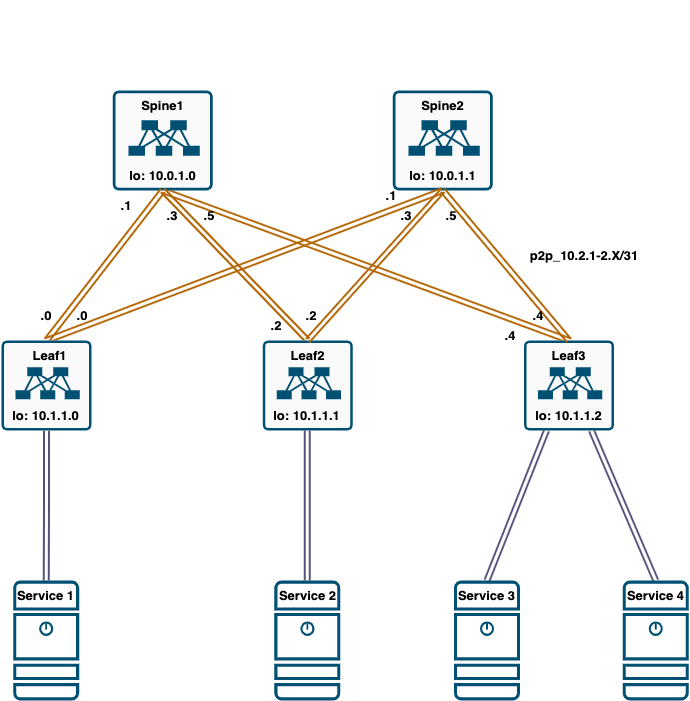
The draw.io diagram lab1/topology_1.drawio.png in asadov1/OTUS_DC, before a commit. Source tidied: cells renumbered, new cells last; positions are measured from the earlier drawing's top-left corner, leaving out a move shared by most shapes.
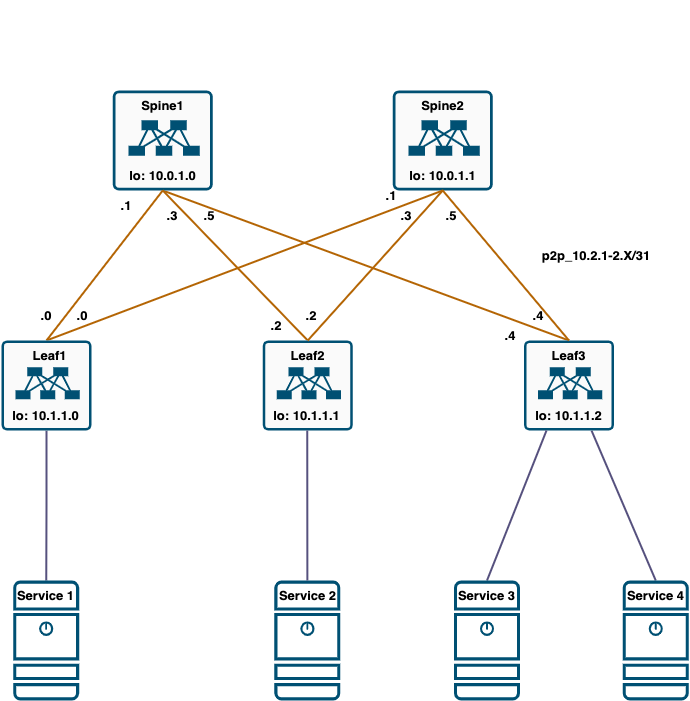
Later version of the same file.

Change to the diagram source:
```diff
@@ -2,7 +2,7 @@
   <root>
     <mxCell id="0" />
     <mxCell id="1" parent="0" />
-    <mxCell id="2" style="shape=link;rounded=0;jettySize=auto;html=1;exitX=0.5;exitY=1;exitDx=0;exitDy=0;exitPerimeter=0;entryX=0.5;entryY=0;entryDx=0;entryDy=0;entryPerimeter=0;strokeColor=#b46504;strokeWidth=2;fillColor=#fad7ac;" parent="1" edge="1" source="3" target="6">
+    <mxCell id="2" style="rounded=0;jettySize=auto;html=1;exitX=0.5;exitY=1;exitDx=0;exitDy=0;exitPerimeter=0;entryX=0.5;entryY=0;entryDx=0;entryDy=0;entryPerimeter=0;strokeColor=#b46504;strokeWidth=2;fillColor=#fad7ac;endArrow=none;endFill=0;" parent="1" edge="1" source="3" target="6">
       <mxGeometry relative="1" as="geometry" />
     </mxCell>
     <mxCell id="3" style="sketch=0;points=[[0.015,0.015,0],[0.985,0.015,0],[0.985,0.985,0],[0.015,0.985,0],[0.25,0,0],[0.5,0,0],[0.75,0,0],[1,0.25,0],[1,0.5,0],[1,0.75,0],[0.75,1,0],[0.5,1,0],[0.25,1,0],[0,0.75,0],[0,0.5,0],[0,0.25,0]];verticalLabelPosition=bottom;html=1;verticalAlign=top;align=center;shape=mxgraph.cisco19.rect;prIcon=nexus_9300;fillColor=#FAFAFA;strokeColor=#005073;" parent="1" vertex="1">
@@ -11,25 +11,25 @@
     <mxCell id="4" style="sketch=0;points=[[0.015,0.015,0],[0.985,0.015,0],[0.985,0.985,0],[0.015,0.985,0],[0.25,0,0],[0.5,0,0],[0.75,0,0],[1,0.25,0],[1,0.5,0],[1,0.75,0],[0.75,1,0],[0.5,1,0],[0.25,1,0],[0,0.75,0],[0,0.5,0],[0,0.25,0]];verticalLabelPosition=bottom;html=1;verticalAlign=top;align=center;shape=mxgraph.cisco19.rect;prIcon=nexus_9300;fillColor=#FAFAFA;strokeColor=#005073;" parent="1" vertex="1">
       <mxGeometry x="392.2" y="90" width="100" height="100" as="geometry" />
     </mxCell>
-    <mxCell id="5" style="shape=link;rounded=0;jettySize=auto;html=1;exitX=0.75;exitY=1;exitDx=0;exitDy=0;exitPerimeter=0;entryX=0.5;entryY=0;entryDx=0;entryDy=0;entryPerimeter=0;strokeColor=#56517e;strokeWidth=2;fillColor=#d0cee2;" parent="1" edge="1" source="6" target="17">
+    <mxCell id="5" style="rounded=0;jettySize=auto;html=1;exitX=0.75;exitY=1;exitDx=0;exitDy=0;exitPerimeter=0;entryX=0.5;entryY=0;entryDx=0;entryDy=0;entryPerimeter=0;strokeColor=#56517e;strokeWidth=2;fillColor=#d0cee2;endArrow=none;endFill=0;" parent="1" edge="1" source="6" target="17">
       <mxGeometry relative="1" as="geometry" />
     </mxCell>
     <mxCell id="6" style="sketch=0;points=[[0.015,0.015,0],[0.985,0.015,0],[0.985,0.985,0],[0.015,0.985,0],[0.25,0,0],[0.5,0,0],[0.75,0,0],[1,0.25,0],[1,0.5,0],[1,0.75,0],[0.75,1,0],[0.5,1,0],[0.25,1,0],[0,0.75,0],[0,0.5,0],[0,0.25,0]];verticalLabelPosition=bottom;html=1;verticalAlign=top;align=center;shape=mxgraph.cisco19.rect;prIcon=nexus_9300;fillColor=#FAFAFA;strokeColor=#005073;" parent="1" vertex="1">
       <mxGeometry x="523.5" y="340" width="90" height="90" as="geometry" />
     </mxCell>
-    <mxCell id="7" style="shape=link;rounded=0;jettySize=auto;html=1;exitX=0.5;exitY=0;exitDx=0;exitDy=0;exitPerimeter=0;entryX=0.5;entryY=1;entryDx=0;entryDy=0;entryPerimeter=0;strokeColor=#b46504;strokeWidth=2;fillColor=#fad7ac;" parent="1" edge="1" source="8" target="3">
+    <mxCell id="7" style="rounded=0;jettySize=auto;html=1;exitX=0.5;exitY=0;exitDx=0;exitDy=0;exitPerimeter=0;entryX=0.5;entryY=1;entryDx=0;entryDy=0;entryPerimeter=0;strokeColor=#b46504;strokeWidth=2;fillColor=#fad7ac;endArrow=none;endFill=0;" parent="1" edge="1" source="8" target="3">
       <mxGeometry relative="1" as="geometry" />
     </mxCell>
     <mxCell id="8" style="sketch=0;points=[[0.015,0.015,0],[0.985,0.015,0],[0.985,0.985,0],[0.015,0.985,0],[0.25,0,0],[0.5,0,0],[0.75,0,0],[1,0.25,0],[1,0.5,0],[1,0.75,0],[0.75,1,0],[0.5,1,0],[0.25,1,0],[0,0.75,0],[0,0.5,0],[0,0.25,0]];verticalLabelPosition=bottom;html=1;verticalAlign=top;align=center;shape=mxgraph.cisco19.rect;prIcon=nexus_9300;fillColor=#FAFAFA;strokeColor=#005073;" parent="1" vertex="1">
       <mxGeometry x="262.2" y="340" width="90" height="90" as="geometry" />
     </mxCell>
-    <mxCell id="9" style="edgeStyle=orthogonalEdgeStyle;shape=link;rounded=0;jettySize=auto;html=1;exitX=0.5;exitY=1;exitDx=0;exitDy=0;exitPerimeter=0;entryX=0.5;entryY=0;entryDx=0;entryDy=0;entryPerimeter=0;strokeColor=#56517e;strokeWidth=2;fillColor=#d0cee2;" parent="1" edge="1" source="12" target="13">
+    <mxCell id="9" style="edgeStyle=orthogonalEdgeStyle;rounded=0;jettySize=auto;html=1;exitX=0.5;exitY=1;exitDx=0;exitDy=0;exitPerimeter=0;entryX=0.5;entryY=0;entryDx=0;entryDy=0;entryPerimeter=0;strokeColor=#56517e;strokeWidth=2;fillColor=#d0cee2;endArrow=none;endFill=0;" parent="1" edge="1" source="12" target="13">
       <mxGeometry relative="1" as="geometry" />
     </mxCell>
-    <mxCell id="10" style="shape=link;rounded=0;jettySize=auto;html=1;exitX=0.5;exitY=0;exitDx=0;exitDy=0;exitPerimeter=0;strokeColor=#b46504;entryX=0.5;entryY=1;entryDx=0;entryDy=0;entryPerimeter=0;fillColor=#fad7ac;strokeWidth=2;" parent="1" edge="1" source="12" target="3">
+    <mxCell id="10" style="rounded=0;jettySize=auto;html=1;exitX=0.5;exitY=0;exitDx=0;exitDy=0;exitPerimeter=0;strokeColor=#b46504;entryX=0.5;entryY=1;entryDx=0;entryDy=0;entryPerimeter=0;fillColor=#fad7ac;strokeWidth=2;startArrow=none;startFill=0;endArrow=none;endFill=0;" parent="1" edge="1" source="12" target="3">
       <mxGeometry relative="1" as="geometry" />
     </mxCell>
-    <mxCell id="11" style="shape=link;rounded=0;jettySize=auto;html=1;exitX=0.5;exitY=0;exitDx=0;exitDy=0;exitPerimeter=0;strokeColor=#b46504;strokeWidth=2;fillColor=#fad7ac;" parent="1" edge="1" source="12">
+    <mxCell id="11" style="rounded=0;jettySize=auto;html=1;exitX=0.5;exitY=0;exitDx=0;exitDy=0;exitPerimeter=0;strokeColor=#b46504;strokeWidth=2;fillColor=#fad7ac;endArrow=none;endFill=0;" parent="1" edge="1" source="12">
       <mxGeometry relative="1" as="geometry">
         <mxPoint x="442.2" y="190" as="targetPoint" />
       </mxGeometry>
@@ -43,7 +43,7 @@
     <mxCell id="14" style="sketch=0;points=[[0.015,0.015,0],[0.985,0.015,0],[0.985,0.985,0],[0.015,0.985,0],[0.25,0,0],[0.5,0,0],[0.75,0,0],[1,0.25,0],[1,0.5,0],[1,0.75,0],[0.75,1,0],[0.5,1,0],[0.25,1,0],[0,0.75,0],[0,0.5,0],[0,0.25,0]];verticalLabelPosition=bottom;html=1;verticalAlign=top;align=center;shape=mxgraph.cisco19.server;fillColor=#005073;strokeColor=none;" parent="1" vertex="1">
       <mxGeometry x="273.9" y="580" width="66" height="120" as="geometry" />
     </mxCell>
-    <mxCell id="15" style="shape=link;rounded=0;jettySize=auto;html=1;exitX=0.5;exitY=0;exitDx=0;exitDy=0;exitPerimeter=0;entryX=0.25;entryY=1;entryDx=0;entryDy=0;entryPerimeter=0;strokeColor=#56517e;strokeWidth=2;fillColor=#d0cee2;" parent="1" edge="1" source="16" target="6">
+    <mxCell id="15" style="rounded=0;jettySize=auto;html=1;exitX=0.5;exitY=0;exitDx=0;exitDy=0;exitPerimeter=0;entryX=0.25;entryY=1;entryDx=0;entryDy=0;entryPerimeter=0;strokeColor=#56517e;strokeWidth=2;fillColor=#d0cee2;endArrow=none;endFill=0;" parent="1" edge="1" source="16" target="6">
       <mxGeometry relative="1" as="geometry" />
     </mxCell>
     <mxCell id="16" style="sketch=0;points=[[0.015,0.015,0],[0.985,0.015,0],[0.985,0.985,0],[0.015,0.985,0],[0.25,0,0],[0.5,0,0],[0.75,0,0],[1,0.25,0],[1,0.5,0],[1,0.75,0],[0.75,1,0],[0.5,1,0],[0.25,1,0],[0,0.75,0],[0,0.5,0],[0,0.25,0]];verticalLabelPosition=bottom;html=1;verticalAlign=top;align=center;shape=mxgraph.cisco19.server;fillColor=#005073;strokeColor=none;" parent="1" vertex="1">
@@ -52,15 +52,15 @@
     <mxCell id="17" style="sketch=0;points=[[0.015,0.015,0],[0.985,0.015,0],[0.985,0.985,0],[0.015,0.985,0],[0.25,0,0],[0.5,0,0],[0.75,0,0],[1,0.25,0],[1,0.5,0],[1,0.75,0],[0.75,1,0],[0.5,1,0],[0.25,1,0],[0,0.75,0],[0,0.5,0],[0,0.25,0]];verticalLabelPosition=bottom;html=1;verticalAlign=top;align=center;shape=mxgraph.cisco19.server;fillColor=#005073;strokeColor=none;" parent="1" vertex="1">
       <mxGeometry x="622.2" y="580" width="66" height="120" as="geometry" />
     </mxCell>
-    <mxCell id="18" style="edgeStyle=none;jettySize=auto;html=1;rounded=0;strokeColor=#b46504;shape=link;exitX=0.5;exitY=0;exitDx=0;exitDy=0;exitPerimeter=0;entryX=0.5;entryY=1;entryDx=0;entryDy=0;entryPerimeter=0;strokeWidth=2;fillColor=#fad7ac;" parent="1" edge="1" source="8" target="4">
+    <mxCell id="18" style="edgeStyle=none;jettySize=auto;html=1;rounded=0;strokeColor=#b46504;exitX=0.5;exitY=0;exitDx=0;exitDy=0;exitPerimeter=0;entryX=0.5;entryY=1;entryDx=0;entryDy=0;entryPerimeter=0;strokeWidth=2;fillColor=#fad7ac;endArrow=none;endFill=0;" parent="1" edge="1" source="8" target="4">
       <mxGeometry relative="1" as="geometry" />
     </mxCell>
-    <mxCell id="19" style="endArrow=none;html=1;rounded=0;strokeColor=#56517e;shape=link;exitX=0.5;exitY=0;exitDx=0;exitDy=0;exitPerimeter=0;fillColor=#d0cee2;strokeWidth=2;" parent="1" edge="1" source="14">
+    <mxCell id="19" style="endArrow=none;html=1;rounded=0;strokeColor=#56517e;exitX=0.5;exitY=0;exitDx=0;exitDy=0;exitPerimeter=0;fillColor=#d0cee2;strokeWidth=2;" parent="1" edge="1" source="14">
       <mxGeometry relative="1" as="geometry">
         <mxPoint x="306.8" y="430" as="targetPoint" />
       </mxGeometry>
     </mxCell>
-    <mxCell id="20" style="endArrow=none;html=1;rounded=0;strokeColor=#b46504;shape=link;entryX=0.5;entryY=1;entryDx=0;entryDy=0;entryPerimeter=0;strokeWidth=2;fillColor=#fad7ac;exitX=0.5;exitY=0;exitDx=0;exitDy=0;exitPerimeter=0;" parent="1" edge="1" source="6" target="4">
+    <mxCell id="20" style="endArrow=none;html=1;rounded=0;strokeColor=#b46504;entryX=0.5;entryY=1;entryDx=0;entryDy=0;entryPerimeter=0;strokeWidth=2;fillColor=#fad7ac;exitX=0.5;exitY=0;exitDx=0;exitDy=0;exitPerimeter=0;" parent="1" edge="1" source="6" target="4">
       <mxGeometry relative="1" as="geometry" />
     </mxCell>
     <mxCell id="21" value="Title" style="text;strokeColor=none;fillColor=none;html=1;fontSize=24;fontStyle=1;verticalAlign=middle;align=center;fontColor=#FFFFFF;" parent="1" vertex="1">
@@ -106,7 +106,7 @@
       <mxGeometry x="13.4" y="580" width="65.2" height="30" as="geometry" />
     </mxCell>
     <mxCell id="35" value="&lt;font color=&quot;#000000&quot;&gt;&lt;span style=&quot;font-size: 13px;&quot;&gt;&lt;b&gt;p2p_10.2.1-2.X/31&lt;/b&gt;&lt;/span&gt;&lt;/font&gt;" style="text;html=1;strokeColor=none;fillColor=none;align=center;verticalAlign=middle;whiteSpace=wrap;rounded=0;fontColor=#FFFFFF;" parent="1" vertex="1">
-      <mxGeometry x="523.5" y="240" width="120" height="30" as="geometry" />
+      <mxGeometry x="535.9" y="240" width="120" height="30" as="geometry" />
     </mxCell>
     <mxCell id="36" value="&lt;font color=&quot;#000000&quot;&gt;&lt;span style=&quot;font-size: 13px;&quot;&gt;&lt;b&gt;.0&lt;/b&gt;&lt;/span&gt;&lt;/font&gt;" style="text;html=1;strokeColor=none;fillColor=none;align=center;verticalAlign=middle;whiteSpace=wrap;rounded=0;fontColor=#FFFFFF;" parent="1" vertex="1">
       <mxGeometry x="32.1" y="300" width="27.8" height="30" as="geometry" />
```
